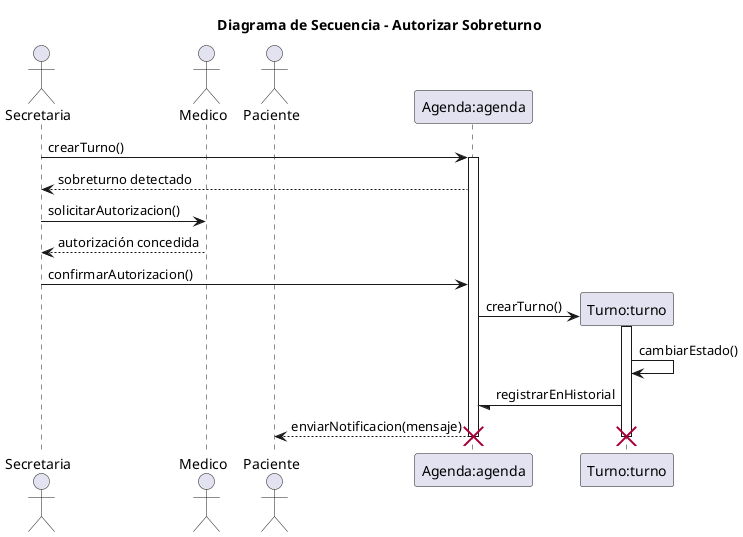
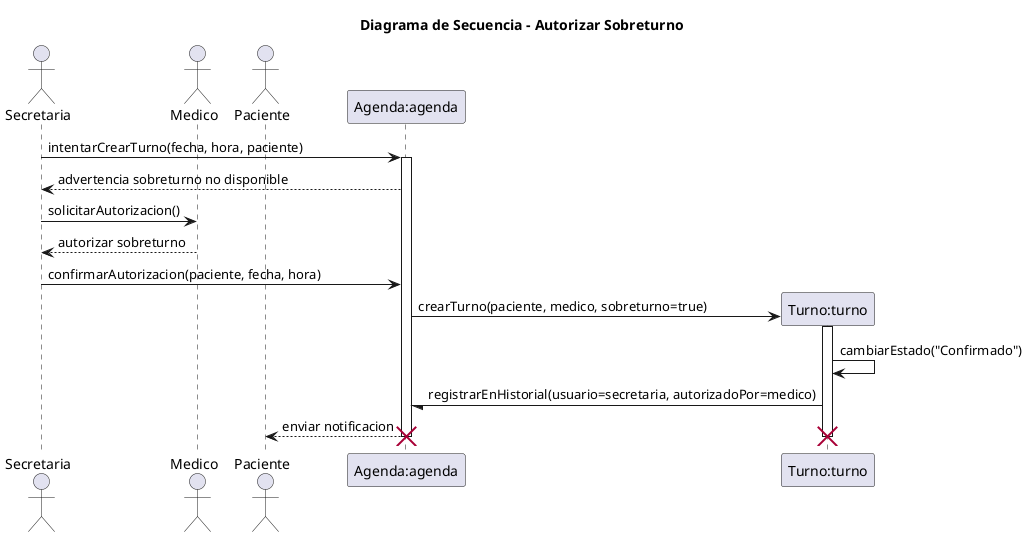
- @startuml 05-secuencia-autorizar-sobreturno-05
+ @startuml 05-secuencia-autorizar-sobreturno-04

title Diagrama de Secuencia - Autorizar Sobreturno
- 
- ' Nombre del escenario: Autorizar Sobreturno - Flujo Principal
- ' Objetivo:
- ' Representar la autorización de un sobreturno por el médico,
- ' involucrando secretaria, médico, paciente y sistema.

actor Secretaria as secretaria
actor Medico as medico
actor Paciente as paciente

participant "Agenda:agenda" as agenda
participant "Turno:turno" as turno

- secretaria -> agenda: crearTurno()
+ secretaria -> agenda: intentarCrearTurno(fecha, hora, paciente)
+ 
activate agenda

- agenda --> secretaria: sobreturno detectado
- 
+ agenda --> secretaria: advertencia sobreturno no disponible
secretaria -> medico: solicitarAutorizacion()
- medico --> secretaria: autorización concedida
- 
- secretaria -> agenda: confirmarAutorizacion()
+ medico --> secretaria: autorizar sobreturno
+ secretaria -> agenda: confirmarAutorizacion(paciente, fecha, hora)

create turno
- agenda -> turno: crearTurno()
+ 
+ agenda -> turno: crearTurno(paciente, medico, sobreturno=true)
+ 
activate turno

- turno -> turno: cambiarEstado()
- 
- turno -/ agenda: registrarEnHistorial
- 
- agenda --> paciente: enviarNotificacion(mensaje)
+ turno -> turno: cambiarEstado("Confirmado")
+ turno -/ agenda: registrarEnHistorial(usuario=secretaria, autorizadoPor=medico)
+ agenda --> paciente: enviar notificacion

deactivate turno
+ destroy turno
+ 
deactivate agenda
- 
- destroy turno
destroy agenda

@enduml